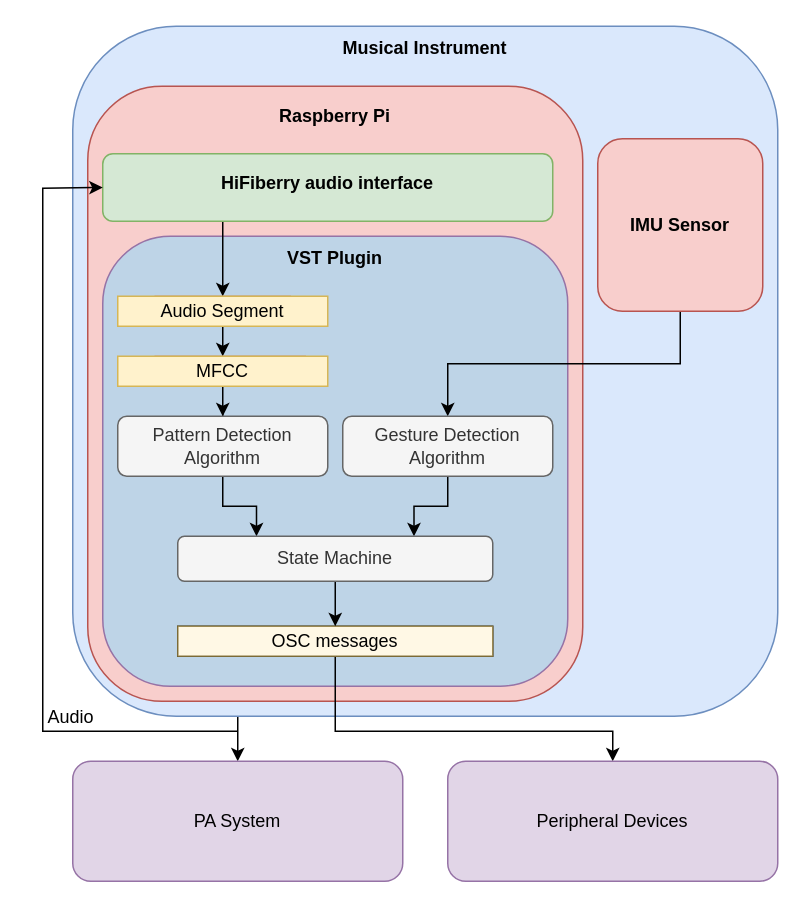
This is thms_block.drawio from ns2max/drawio_figures, a draw.io file, before an edit. Source tidied: cells renumbered, new cells numbered last; positions are measured from the earlier drawing's top-left corner, leaving out a move shared by most shapes. Both pictures are drawn from the tidied source at 150%, with x=0, y=0 at pixel (26, 26).
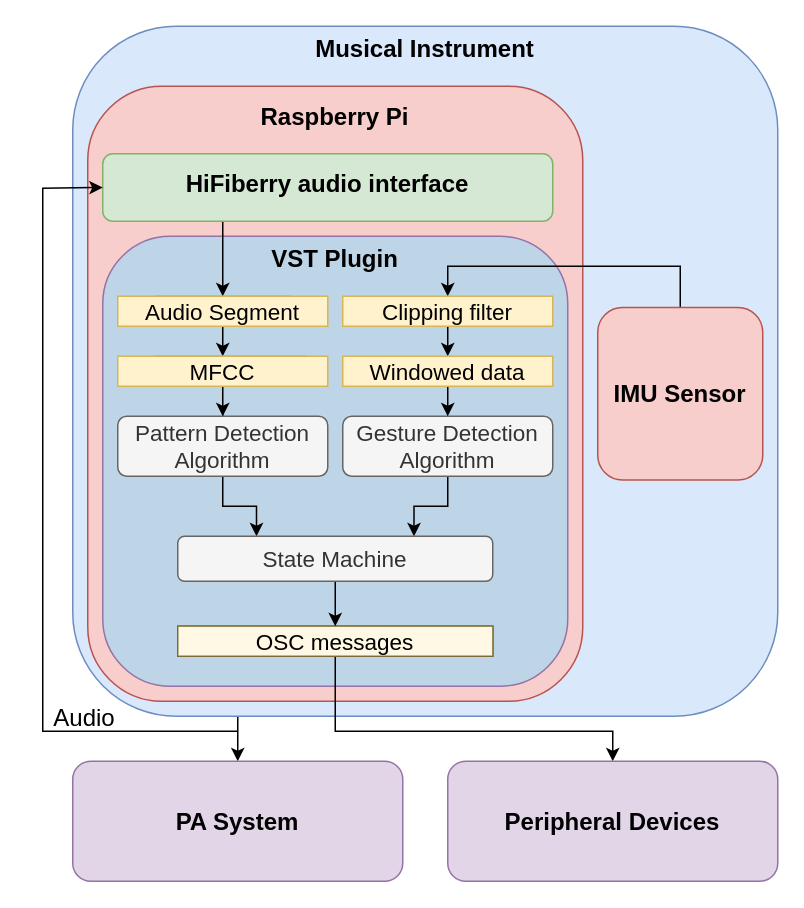
The same diagram, later.

Change to the diagram source:
```diff
@@
-    <mxCell id="4" value="&lt;b&gt;Musical Instrument&lt;/b&gt;" style="text;html=1;align=center;verticalAlign=middle;whiteSpace=wrap;rounded=0;" parent="1" vertex="1">
+    <mxCell id="4" value="&lt;b&gt;&lt;font style=&quot;font-size: 16px;&quot;&gt;Musical Instrument&lt;/font&gt;&lt;/b&gt;" style="text;html=1;align=center;verticalAlign=middle;whiteSpace=wrap;rounded=0;" parent="1" vertex="1">
       <mxGeometry x="31" width="470" height="30" as="geometry" />
     </mxCell>
@@
-    <mxCell id="7" value="&lt;b&gt;Raspberry Pi&lt;/b&gt;" style="text;html=1;align=center;verticalAlign=middle;whiteSpace=wrap;rounded=0;" parent="1" vertex="1">
+    <mxCell id="7" value="&lt;b&gt;&lt;font style=&quot;font-size: 16px;&quot;&gt;Raspberry Pi&lt;/font&gt;&lt;/b&gt;" style="text;html=1;align=center;verticalAlign=middle;whiteSpace=wrap;rounded=0;" parent="1" vertex="1">
       <mxGeometry x="41" y="50" width="330" height="20" as="geometry" />
     </mxCell>
@@
-    <mxCell id="10" value="&lt;b&gt;HiFiberry audio interface&lt;/b&gt;" style="text;html=1;align=center;verticalAlign=middle;whiteSpace=wrap;rounded=0;" parent="1" vertex="1">
+    <mxCell id="10" value="&lt;b&gt;&lt;font style=&quot;font-size: 16px;&quot;&gt;HiFiberry audio interface&lt;/font&gt;&lt;/b&gt;" style="text;html=1;align=center;verticalAlign=middle;whiteSpace=wrap;rounded=0;" parent="1" vertex="1">
       <mxGeometry x="51" y="90" width="300" height="30" as="geometry" />
     </mxCell>
-    <mxCell id="11" value="PA System" style="rounded=1;whiteSpace=wrap;html=1;fillColor=#e1d5e7;strokeColor=#9673a6;" parent="1" vertex="1">
+    <mxCell id="11" value="&lt;font style=&quot;font-size: 16px;&quot;&gt;&lt;b&gt;PA System&lt;/b&gt;&lt;/font&gt;" style="rounded=1;whiteSpace=wrap;html=1;fillColor=#e1d5e7;strokeColor=#9673a6;" parent="1" vertex="1">
       <mxGeometry x="31" y="490" width="220" height="80" as="geometry" />
     </mxCell>
@@
-    <mxCell id="14" value="Audio Segment" style="text;html=1;align=center;verticalAlign=middle;whiteSpace=wrap;rounded=0;fillColor=#fff2cc;strokeColor=#d6b656;" parent="1" vertex="1">
+    <mxCell id="14" value="&lt;font style=&quot;font-size: 15px;&quot;&gt;Audio Segment&lt;/font&gt;" style="text;html=1;align=center;verticalAlign=middle;whiteSpace=wrap;rounded=0;fillColor=#fff2cc;strokeColor=#d6b656;" parent="1" vertex="1">
       <mxGeometry x="61" y="180" width="140" height="20" as="geometry" />
     </mxCell>
@@
-    <mxCell id="17" value="OSC messages" style="text;html=1;align=center;verticalAlign=middle;whiteSpace=wrap;rounded=0;fillColor=#fff2cc;strokeColor=#d6b656;opacity=50;" parent="1" vertex="1">
+    <mxCell id="17" value="&lt;font style=&quot;font-size: 15px;&quot;&gt;OSC messages&lt;/font&gt;" style="text;html=1;align=center;verticalAlign=middle;whiteSpace=wrap;rounded=0;fillColor=#fff2cc;strokeColor=#d6b656;opacity=50;" parent="1" vertex="1">
       <mxGeometry x="101" y="400" width="210" height="20" as="geometry" />
     </mxCell>
@@
-    <mxCell id="20" value="MFCC" style="text;html=1;align=center;verticalAlign=middle;whiteSpace=wrap;rounded=0;fillColor=#fff2cc;strokeColor=#d6b656;" parent="1" vertex="1">
+    <mxCell id="20" value="&lt;font style=&quot;font-size: 15px;&quot;&gt;MFCC&lt;/font&gt;" style="text;html=1;align=center;verticalAlign=middle;whiteSpace=wrap;rounded=0;fillColor=#fff2cc;strokeColor=#d6b656;" parent="1" vertex="1">
       <mxGeometry x="61" y="220" width="140" height="20" as="geometry" />
     </mxCell>
@@
-    <mxCell id="22" value="Pattern Detection Algorithm" style="rounded=1;whiteSpace=wrap;html=1;fillColor=#f5f5f5;fontColor=#333333;strokeColor=#666666;" parent="1" vertex="1">
+    <mxCell id="22" value="&lt;font style=&quot;font-size: 15px;&quot;&gt;Pattern Detection Algorithm&lt;/font&gt;" style="rounded=1;whiteSpace=wrap;html=1;fillColor=#f5f5f5;fontColor=#333333;strokeColor=#666666;" parent="1" vertex="1">
       <mxGeometry x="61" y="260" width="140" height="40" as="geometry" />
     </mxCell>
-    <mxCell id="23" value="Peripheral Devices" style="rounded=1;whiteSpace=wrap;html=1;fillColor=#e1d5e7;strokeColor=#9673a6;" parent="1" vertex="1">
+    <mxCell id="23" value="&lt;font style=&quot;font-size: 16px;&quot;&gt;&lt;b&gt;Peripheral Devices&lt;/b&gt;&lt;/font&gt;" style="rounded=1;whiteSpace=wrap;html=1;fillColor=#e1d5e7;strokeColor=#9673a6;" parent="1" vertex="1">
       <mxGeometry x="281" y="490" width="220" height="80" as="geometry" />
     </mxCell>
-    <mxCell id="24" value="Audio" style="text;html=1;align=center;verticalAlign=middle;whiteSpace=wrap;rounded=0;" parent="1" vertex="1">
-      <mxGeometry y="446" width="60" height="30" as="geometry" />
+    <mxCell id="24" value="&lt;font style=&quot;font-size: 16px;&quot;&gt;Audio&lt;/font&gt;" style="text;html=1;align=center;verticalAlign=middle;whiteSpace=wrap;rounded=0;" parent="1" vertex="1">
+      <mxGeometry x="9" y="446" width="60" height="30" as="geometry" />
     </mxCell>
-    <mxCell id="25" style="edgeStyle=orthogonalEdgeStyle;rounded=0;jettySize=auto;html=1;exitX=0.5;exitY=1;exitDx=0;exitDy=0;" parent="1" edge="1" source="26" target="29">
-      <mxGeometry relative="1" as="geometry" />
-    </mxCell>
+    <mxCell id="33" style="edgeStyle=orthogonalEdgeStyle;rounded=0;jettySize=auto;html=1;exitX=0.5;exitY=0;exitDx=0;exitDy=0;entryX=0.5;entryY=0;entryDx=0;entryDy=0;" parent="1" edge="1" source="26" target="35">
+      <mxGeometry relative="1" as="geometry" />
+    </mxCell>
-    <mxCell id="26" value="&lt;b&gt;IMU Sensor&lt;/b&gt;" style="rounded=1;whiteSpace=wrap;html=1;fillColor=#f8cecc;strokeColor=#b85450;perimeterSpacing=0;" parent="1" vertex="1">
-      <mxGeometry x="381" y="75" width="110" height="115" as="geometry" />
+    <mxCell id="26" value="&lt;b&gt;&lt;font style=&quot;font-size: 16px;&quot;&gt;IMU Sensor&lt;/font&gt;&lt;/b&gt;" style="rounded=1;whiteSpace=wrap;html=1;fillColor=#f8cecc;strokeColor=#b85450;perimeterSpacing=0;" parent="1" vertex="1">
+      <mxGeometry x="381" y="187.5" width="110" height="115" as="geometry" />
     </mxCell>
-    <mxCell id="27" value="&lt;b&gt;VST Plugin&lt;/b&gt;" style="text;html=1;align=center;verticalAlign=middle;whiteSpace=wrap;rounded=0;" parent="1" vertex="1">
+    <mxCell id="27" value="&lt;b&gt;&lt;font style=&quot;font-size: 16px;&quot;&gt;VST Plugin&lt;/font&gt;&lt;/b&gt;" style="text;html=1;align=center;verticalAlign=middle;whiteSpace=wrap;rounded=0;" parent="1" vertex="1">
       <mxGeometry x="51" y="140" width="310" height="30" as="geometry" />
     </mxCell>
@@
-    <mxCell id="29" value="Gesture Detection Algorithm" style="rounded=1;whiteSpace=wrap;html=1;fillColor=#f5f5f5;fontColor=#333333;strokeColor=#666666;" parent="1" vertex="1">
+    <mxCell id="29" value="&lt;font style=&quot;font-size: 15px;&quot;&gt;Gesture Detection Algorithm&lt;/font&gt;" style="rounded=1;whiteSpace=wrap;html=1;fillColor=#f5f5f5;fontColor=#333333;strokeColor=#666666;" parent="1" vertex="1">
       <mxGeometry x="211" y="260" width="140" height="40" as="geometry" />
     </mxCell>
@@
-    <mxCell id="32" value="State Machine" style="rounded=1;whiteSpace=wrap;html=1;fillColor=#f5f5f5;fontColor=#333333;strokeColor=#666666;" parent="1" vertex="1">
+    <mxCell id="32" value="&lt;font style=&quot;font-size: 15px;&quot;&gt;State Machine&lt;/font&gt;" style="rounded=1;whiteSpace=wrap;html=1;fillColor=#f5f5f5;fontColor=#333333;strokeColor=#666666;" parent="1" vertex="1">
       <mxGeometry x="101" y="340" width="210" height="30" as="geometry" />
     </mxCell>
+    <mxCell id="34" style="edgeStyle=orthogonalEdgeStyle;rounded=0;jettySize=auto;html=1;exitX=0.5;exitY=1;exitDx=0;exitDy=0;entryX=0.5;entryY=0;entryDx=0;entryDy=0;" parent="1" edge="1" source="35" target="37">
+      <mxGeometry relative="1" as="geometry" />
+    </mxCell>
+    <mxCell id="35" value="&lt;span style=&quot;font-size: 15px;&quot;&gt;Clipping filter&lt;/span&gt;" style="text;html=1;align=center;verticalAlign=middle;whiteSpace=wrap;rounded=0;fillColor=#fff2cc;strokeColor=#d6b656;" parent="1" vertex="1">
+      <mxGeometry x="211" y="180" width="140" height="20" as="geometry" />
+    </mxCell>
+    <mxCell id="36" style="edgeStyle=orthogonalEdgeStyle;rounded=0;jettySize=auto;html=1;exitX=0.5;exitY=1;exitDx=0;exitDy=0;entryX=0.5;entryY=0;entryDx=0;entryDy=0;" parent="1" edge="1" source="37" target="29">
+      <mxGeometry relative="1" as="geometry" />
+    </mxCell>
+    <mxCell id="37" value="&lt;span style=&quot;font-size: 15px;&quot;&gt;Windowed data&lt;/span&gt;" style="text;html=1;align=center;verticalAlign=middle;whiteSpace=wrap;rounded=0;fillColor=#fff2cc;strokeColor=#d6b656;" parent="1" vertex="1">
+      <mxGeometry x="211" y="220" width="140" height="20" as="geometry" />
+    </mxCell>
```
